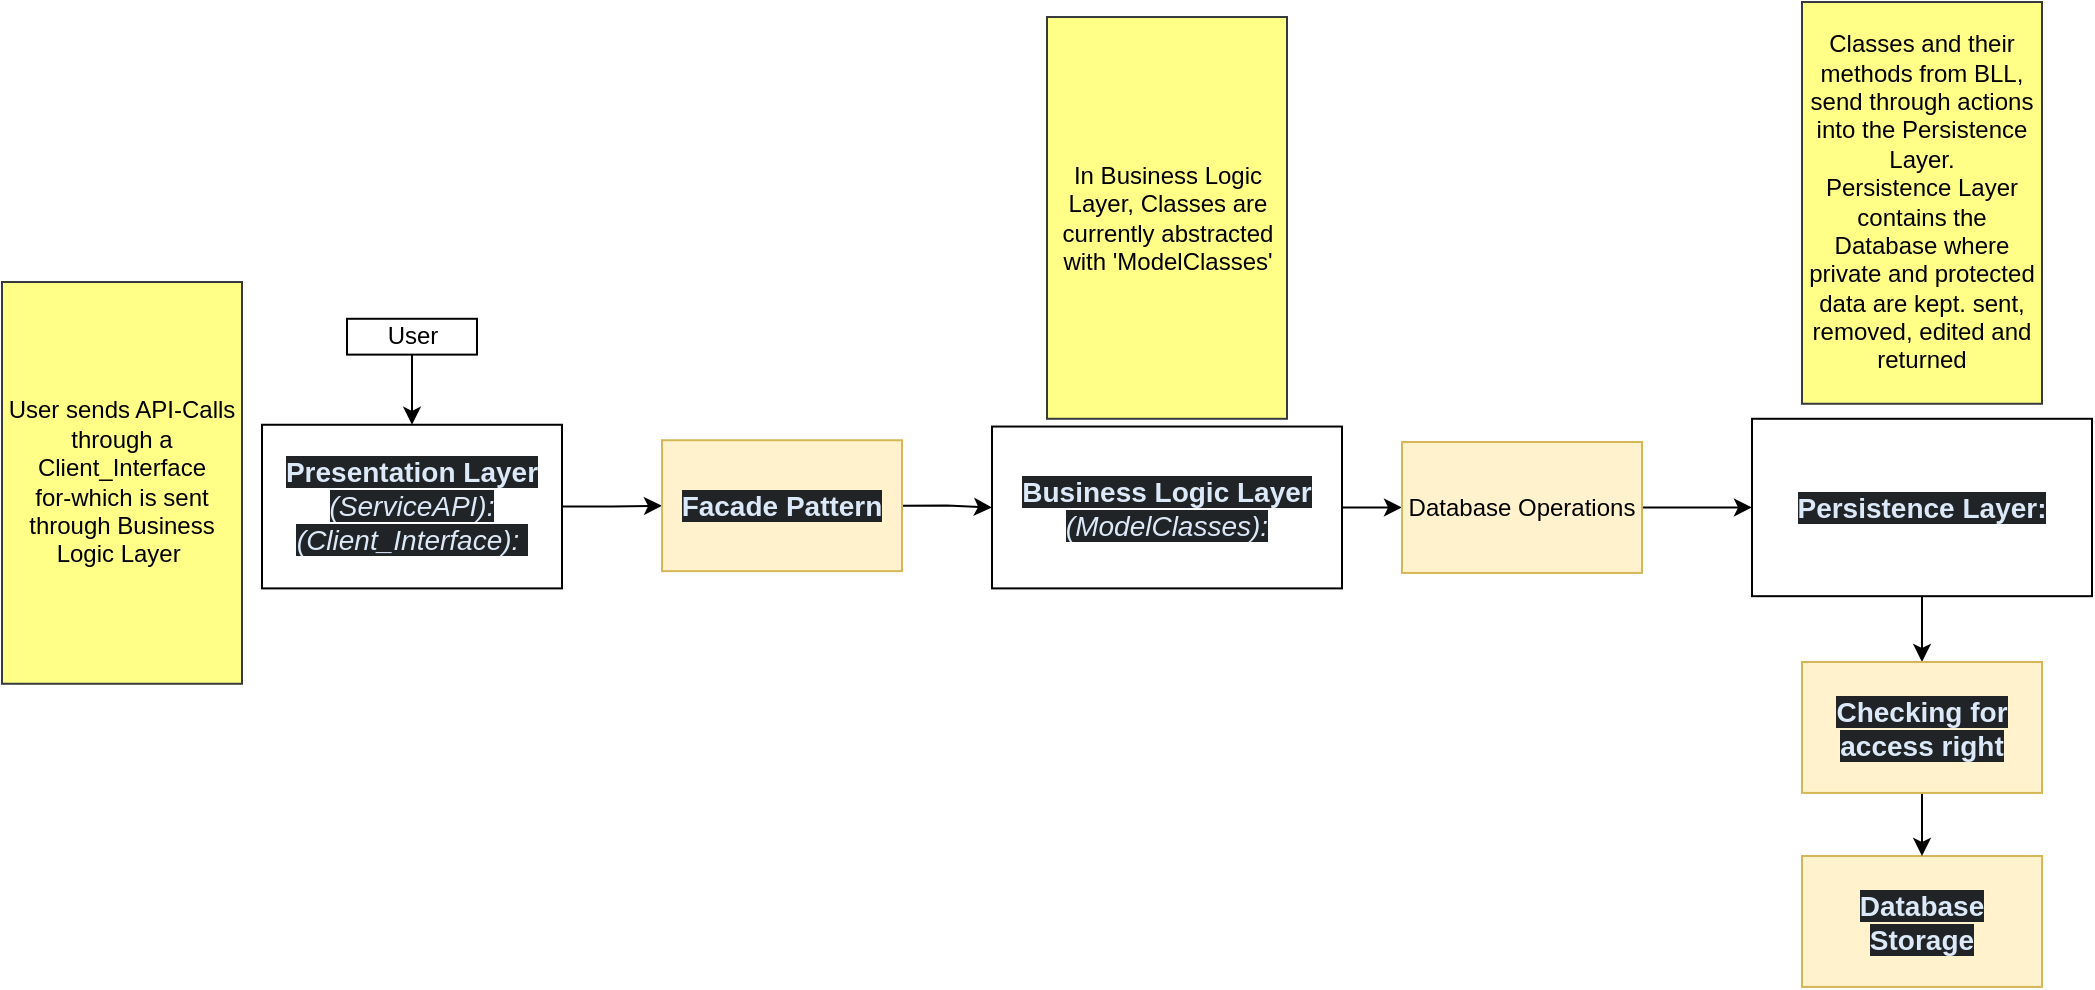
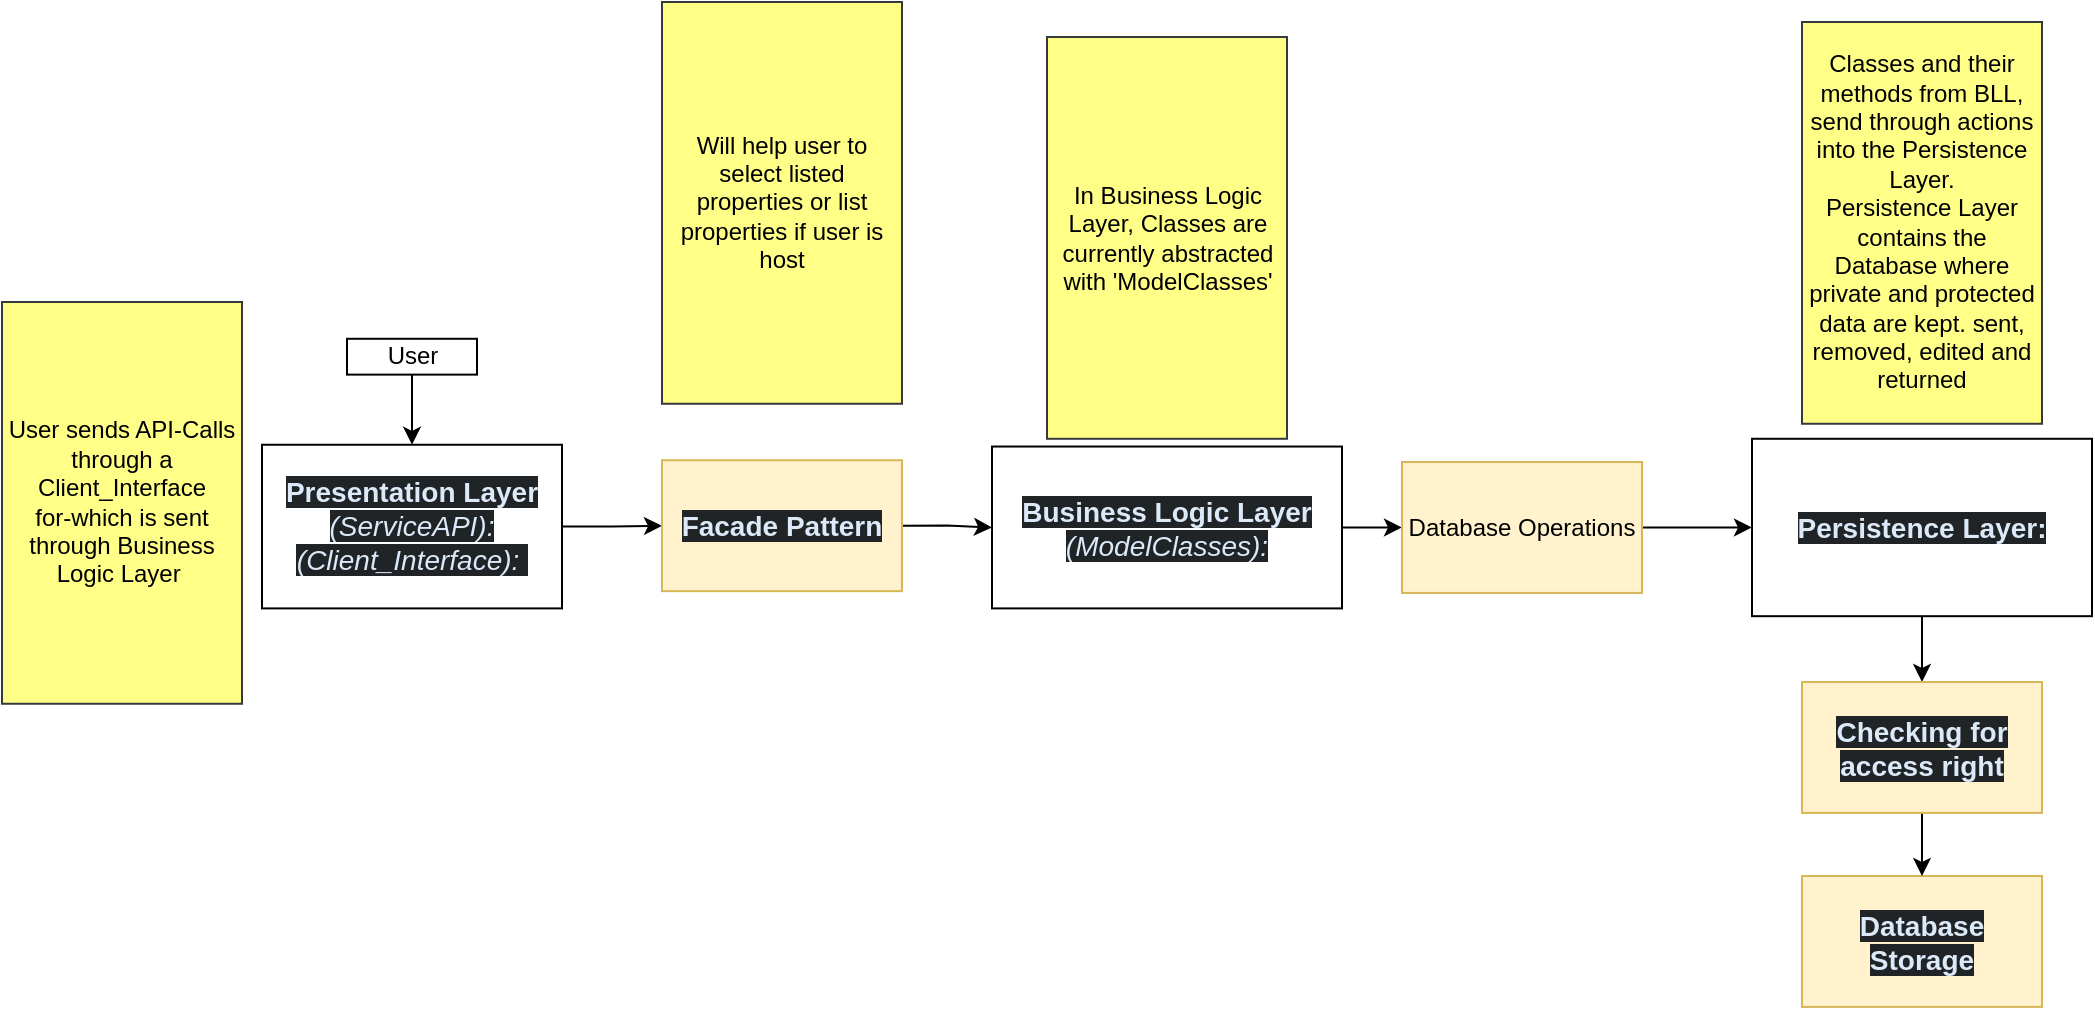
<mxfile host="app.diagrams.net">
  <diagram name="Page-1" id="2KrW7VEhyqmw7Nx4Ttr-">
-     <mxGraphModel dx="1409" dy="790" grid="1" gridSize="10" guides="1" tooltips="1" connect="1" arrows="1" fold="1" page="1" pageScale="1" pageWidth="850" pageHeight="1100" math="0" shadow="0">
+     <mxGraphModel dx="1651" dy="795" grid="1" gridSize="10" guides="1" tooltips="1" connect="1" arrows="1" fold="1" page="1" pageScale="1" pageWidth="850" pageHeight="1100" math="0" shadow="0">
      <root>
        <mxCell id="0" />
        <mxCell id="1" parent="0" />
        <mxCell id="vZHe2jEZJALmbnLdjFB--106" edge="1" parent="1" source="vZHe2jEZJALmbnLdjFB--105" style="edgeStyle=orthogonalEdgeStyle;rounded=0;orthogonalLoop=1;jettySize=auto;html=1;entryX=0.5;entryY=0;entryDx=0;entryDy=0;exitX=0.5;exitY=1;exitDx=0;exitDy=0;" target="vZHe2jEZJALmbnLdjFB--6" value="">
          <mxGeometry relative="1" as="geometry">
            <mxPoint x="360" y="250" as="sourcePoint" />
          </mxGeometry>
        </mxCell>
        <mxCell id="vZHe2jEZJALmbnLdjFB--6" parent="1" style="rounded=0;whiteSpace=wrap;html=1;" value="&lt;strong style=&quot;box-sizing: border-box; font-weight: bold; scrollbar-color: rgb(95, 99, 104) rgb(49, 54, 60); color: rgb(220, 233, 249); font-family: aktiv-grotesk, sans-serif; font-size: 14px; text-align: start; background-color: rgb(32, 36, 38);&quot;&gt;Presentation Layer &lt;/strong&gt;&lt;span style=&quot;box-sizing: border-box; scrollbar-color: rgb(95, 99, 104) rgb(49, 54, 60); color: rgb(220, 233, 249); font-family: aktiv-grotesk, sans-serif; font-size: 14px; text-align: start; background-color: rgb(32, 36, 38);&quot;&gt;&lt;i&gt;(ServiceAPI):&lt;/i&gt;&lt;/span&gt;&lt;div&gt;&lt;span style=&quot;color: rgb(220, 233, 249); font-family: aktiv-grotesk, sans-serif; font-size: 14px; text-align: start; background-color: rgb(32, 36, 38);&quot;&gt;&lt;i&gt;(Client_Interface):&amp;nbsp;&lt;/i&gt;&lt;/span&gt;&lt;/div&gt;" vertex="1">
          <mxGeometry height="81.82" width="150" x="400" y="301.38" as="geometry" />
        </mxCell>
        <mxCell id="vZHe2jEZJALmbnLdjFB--8" edge="1" parent="1" source="vZHe2jEZJALmbnLdjFB--10" style="edgeStyle=orthogonalEdgeStyle;rounded=0;orthogonalLoop=1;jettySize=auto;html=1;exitX=1;exitY=0.5;exitDx=0;exitDy=0;entryX=0;entryY=0.5;entryDx=0;entryDy=0;" target="vZHe2jEZJALmbnLdjFB--39">
          <mxGeometry relative="1" as="geometry" />
        </mxCell>
        <mxCell id="vZHe2jEZJALmbnLdjFB--10" parent="1" style="rounded=0;whiteSpace=wrap;html=1;" value="&lt;span style=&quot;box-sizing: border-box; scrollbar-color: rgb(95, 99, 104) rgb(49, 54, 60); color: rgb(220, 233, 249); font-family: aktiv-grotesk, sans-serif; font-size: 14px; text-align: start; background-color: rgb(32, 36, 38);&quot;&gt;&lt;b&gt;Business Logic Layer &lt;/b&gt;&lt;i style=&quot;&quot;&gt;(ModelClasses):&lt;/i&gt;&lt;/span&gt;" vertex="1">
          <mxGeometry height="80.93" width="175" x="765" y="302.27" as="geometry" />
        </mxCell>
        <mxCell id="vZHe2jEZJALmbnLdjFB--11" edge="1" parent="1" source="vZHe2jEZJALmbnLdjFB--12" style="edgeStyle=orthogonalEdgeStyle;rounded=0;orthogonalLoop=1;jettySize=auto;html=1;exitX=0.5;exitY=1;exitDx=0;exitDy=0;entryX=0.5;entryY=0;entryDx=0;entryDy=0;" target="vZHe2jEZJALmbnLdjFB--102">
          <mxGeometry relative="1" as="geometry" />
        </mxCell>
        <mxCell id="vZHe2jEZJALmbnLdjFB--12" parent="1" style="rounded=0;whiteSpace=wrap;html=1;" value="&lt;strong style=&quot;box-sizing: border-box; font-weight: bold; scrollbar-color: rgb(95, 99, 104) rgb(49, 54, 60); color: rgb(220, 233, 249); font-family: aktiv-grotesk, sans-serif; font-size: 14px; text-align: start; background-color: rgb(32, 36, 38);&quot;&gt;Persistence Layer:&lt;/strong&gt;" vertex="1">
          <mxGeometry height="88.7" width="170" x="1145" y="298.39" as="geometry" />
        </mxCell>
        <mxCell id="vZHe2jEZJALmbnLdjFB--29" parent="1" style="rounded=0;whiteSpace=wrap;html=1;align=center;fillColor=#fff2cc;strokeColor=#d6b656;" value="&lt;div style=&quot;&quot;&gt;&lt;font color=&quot;#dce9f9&quot; face=&quot;aktiv-grotesk, sans-serif&quot;&gt;&lt;span style=&quot;font-size: 14px; background-color: rgb(32, 36, 38);&quot;&gt;&lt;b&gt;Database&lt;br&gt;Storage&lt;/b&gt;&lt;/span&gt;&lt;/font&gt;&lt;/div&gt;" vertex="1">
          <mxGeometry height="65.46" width="120" x="1170" y="517" as="geometry" />
        </mxCell>
        <mxCell id="vZHe2jEZJALmbnLdjFB--35" edge="1" parent="1" source="vZHe2jEZJALmbnLdjFB--37" style="edgeStyle=orthogonalEdgeStyle;rounded=0;orthogonalLoop=1;jettySize=auto;html=1;exitX=1;exitY=0.5;exitDx=0;exitDy=0;" target="vZHe2jEZJALmbnLdjFB--10">
          <mxGeometry relative="1" as="geometry">
            <mxPoint x="750" y="339.5700000000001" as="sourcePoint" />
          </mxGeometry>
        </mxCell>
        <mxCell id="vZHe2jEZJALmbnLdjFB--36" edge="1" parent="1" source="vZHe2jEZJALmbnLdjFB--6" style="edgeStyle=orthogonalEdgeStyle;rounded=0;orthogonalLoop=1;jettySize=auto;html=1;exitX=1;exitY=0.5;exitDx=0;exitDy=0;entryX=0;entryY=0.5;entryDx=0;entryDy=0;" target="vZHe2jEZJALmbnLdjFB--37">
          <mxGeometry relative="1" as="geometry">
            <mxPoint x="575" y="430" as="targetPoint" />
          </mxGeometry>
        </mxCell>
        <mxCell id="vZHe2jEZJALmbnLdjFB--37" parent="1" style="rounded=0;whiteSpace=wrap;html=1;align=center;fillColor=#fff2cc;strokeColor=#d6b656;" value="&lt;div style=&quot;&quot;&gt;&lt;font color=&quot;#dce9f9&quot; face=&quot;aktiv-grotesk, sans-serif&quot;&gt;&lt;span style=&quot;font-size: 14px; background-color: rgb(32, 36, 38);&quot;&gt;&lt;b&gt;Facade Pattern&lt;/b&gt;&lt;/span&gt;&lt;/font&gt;&lt;/div&gt;" vertex="1">
          <mxGeometry height="65.46" width="120" x="600" y="309.11999999999995" as="geometry" />
        </mxCell>
        <mxCell id="vZHe2jEZJALmbnLdjFB--38" edge="1" parent="1" source="vZHe2jEZJALmbnLdjFB--39" style="edgeStyle=orthogonalEdgeStyle;rounded=0;orthogonalLoop=1;jettySize=auto;html=1;exitX=1;exitY=0.5;exitDx=0;exitDy=0;entryX=0;entryY=0.5;entryDx=0;entryDy=0;" target="vZHe2jEZJALmbnLdjFB--12">
          <mxGeometry relative="1" as="geometry" />
        </mxCell>
        <mxCell id="vZHe2jEZJALmbnLdjFB--39" parent="1" style="rounded=0;whiteSpace=wrap;html=1;align=center;fillColor=#fff2cc;strokeColor=#d6b656;" value="Database Operations" vertex="1">
          <mxGeometry height="65.46" width="120" x="970" y="310.01" as="geometry" />
        </mxCell>
        <mxCell id="vZHe2jEZJALmbnLdjFB--101" edge="1" parent="1" source="vZHe2jEZJALmbnLdjFB--102" style="edgeStyle=orthogonalEdgeStyle;rounded=0;orthogonalLoop=1;jettySize=auto;html=1;exitX=0.5;exitY=1;exitDx=0;exitDy=0;entryX=0.5;entryY=0;entryDx=0;entryDy=0;" target="vZHe2jEZJALmbnLdjFB--29">
          <mxGeometry relative="1" as="geometry">
            <mxPoint x="1460" y="530" as="targetPoint" />
          </mxGeometry>
        </mxCell>
        <mxCell id="vZHe2jEZJALmbnLdjFB--102" parent="1" style="rounded=0;whiteSpace=wrap;html=1;align=center;fillColor=#fff2cc;strokeColor=#d6b656;" value="&lt;div style=&quot;&quot;&gt;&lt;font color=&quot;#dce9f9&quot; face=&quot;aktiv-grotesk, sans-serif&quot;&gt;&lt;span style=&quot;font-size: 14px; background-color: rgb(32, 36, 38);&quot;&gt;&lt;b&gt;Checking for access right&lt;/b&gt;&lt;/span&gt;&lt;/font&gt;&lt;/div&gt;" vertex="1">
          <mxGeometry height="65.46" width="120" x="1170" y="420" as="geometry" />
        </mxCell>
        <mxCell id="vZHe2jEZJALmbnLdjFB--105" parent="1" style="whiteSpace=wrap;html=1;rounded=0;" value="User" vertex="1">
          <mxGeometry height="17.92" width="65" x="442.5" y="248.39" as="geometry" />
        </mxCell>
        <mxCell id="WIsYPLuYnzwIEppj4hiX-1" parent="1" style="rounded=0;whiteSpace=wrap;html=1;fillColor=light-dark(#FFFF88,#FFFF63);strokeColor=#36393d;fontColor=light-dark(#000000,#000000);" value="User sends API-Calls through a Client_Interface&lt;br&gt;for-which is sent through Business Logic Layer&amp;nbsp;" vertex="1">
          <mxGeometry height="200.88" width="120" x="270" y="230" as="geometry" />
        </mxCell>
        <mxCell id="WIsYPLuYnzwIEppj4hiX-2" parent="1" style="rounded=0;whiteSpace=wrap;html=1;fillColor=light-dark(#FFFF88,#FFFF63);strokeColor=#36393d;fontColor=light-dark(#000000,#000000);" value="In Business Logic Layer, Classes are currently abstracted with &#39;ModelClasses&#39;" vertex="1">
          <mxGeometry height="200.88" width="120" x="792.5" y="97.51" as="geometry" />
        </mxCell>
        <mxCell id="WIsYPLuYnzwIEppj4hiX-3" parent="1" style="rounded=0;whiteSpace=wrap;html=1;fillColor=light-dark(#FFFF88,#FFFF63);strokeColor=#36393d;fontColor=light-dark(#000000,#000000);" value="Classes and their methods from BLL,&lt;br&gt;send through actions into the Persistence Layer.&lt;br&gt;Persistence Layer contains the Database where private and protected data are kept. sent, removed, edited and returned" vertex="1">
          <mxGeometry height="200.88" width="120" x="1170" y="90" as="geometry" />
        </mxCell>
+         <mxCell id="WgZE8rlp9okLk8PS5iAP-1" parent="1" style="rounded=0;whiteSpace=wrap;html=1;fillColor=light-dark(#FFFF88,#FFFF63);strokeColor=#36393d;fontColor=light-dark(#000000,#000000);" value="Will help user to select listed properties or list properties if user is host" vertex="1">
+           <mxGeometry height="200.88" width="120" x="600" y="80" as="geometry" />
+         </mxCell>
      </root>
    </mxGraphModel>
  </diagram>
</mxfile>
